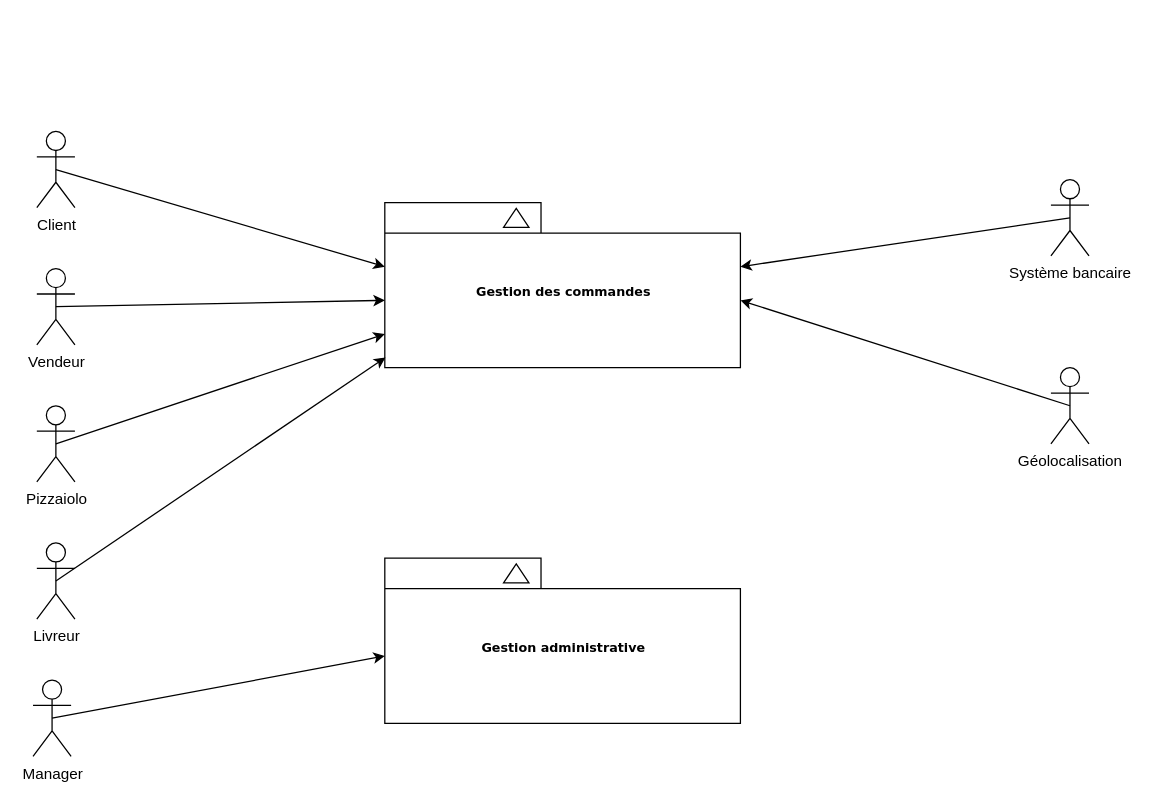
Earlier version of the draw.io diagram P4 Diagramme de package.drawio (othman3492/p4uml). Source tidied: cells renumbered, new cells numbered last; positions are measured from the earlier drawing's top-left corner, leaving out a move shared by most shapes. Both pictures are drawn from the tidied source at 127%, with x=0, y=0 at pixel (32, 131).
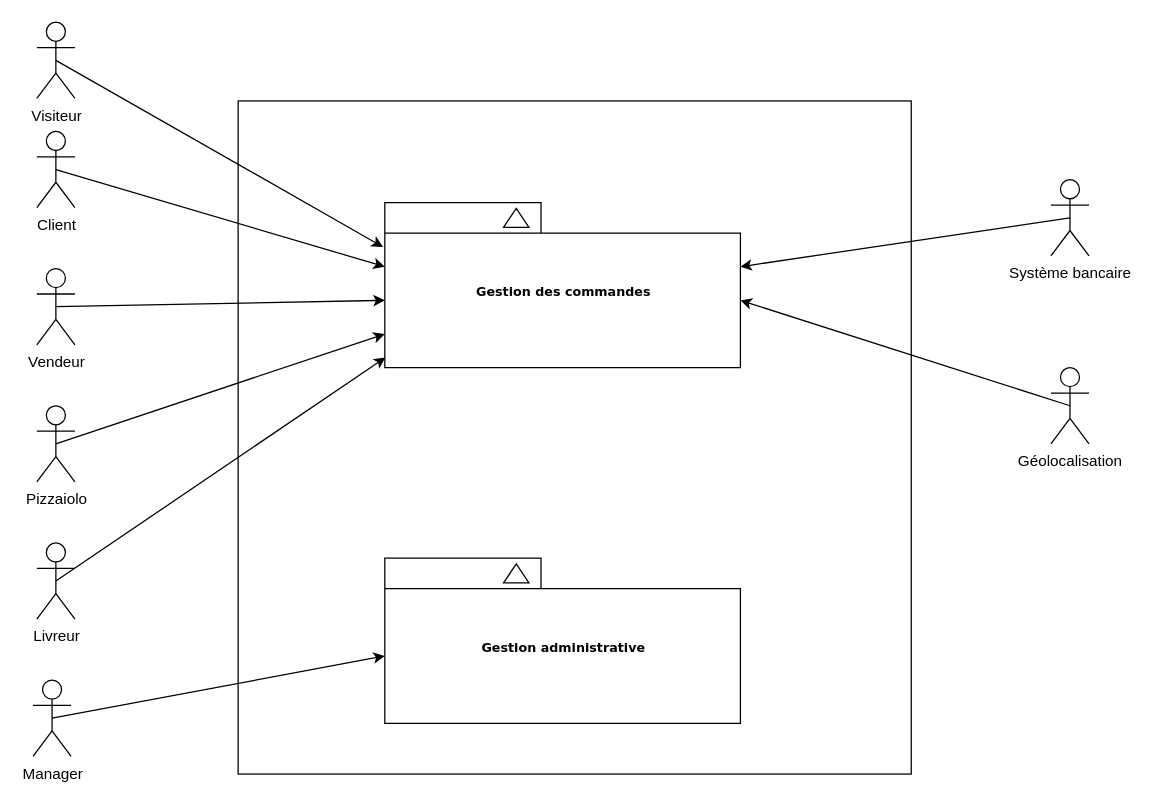
Above is the later version.

Unchanged cells that the change refers to:
```xml
<mxCell id="3" value="Gestion des commandes" style="shape=folder;fontStyle=1;spacingTop=10;tabWidth=123;tabHeight=24;tabPosition=left;html=1;rounded=0;shadow=0;comic=0;labelBackgroundColor=none;strokeColor=#000000;strokeWidth=1;fillColor=#ffffff;fontFamily=Verdana;fontSize=10;fontColor=#000000;align=center;" parent="2" vertex="1">
  <mxGeometry width="280" height="130" as="geometry" />
</mxCell>
```

Diff of the diagram source:
```diff
@@
     <mxCell id="2" style="group;" parent="1" vertex="1">
-      <mxGeometry x="277.5" y="56" width="280" height="130" as="geometry" />
+      <mxGeometry x="277.5" y="56" width="414.5" height="450" as="geometry" />
     </mxCell>
@@
+    <mxCell id="25" style="whiteSpace=wrap;html=1;shadow=0;fillOpacity=0;" parent="2" vertex="1">
+      <mxGeometry x="-115.5" y="-80" width="530" height="530" as="geometry" />
+    </mxCell>
@@
+    <mxCell id="26" value="Visiteur" style="shape=umlActor;verticalLabelPosition=bottom;labelBackgroundColor=#ffffff;verticalAlign=top;html=1;outlineConnect=0;shadow=0;" parent="1" vertex="1">
+      <mxGeometry x="3.5" y="-86" width="30" height="60" as="geometry" />
+    </mxCell>
+    <mxCell id="27" style="endArrow=classic;html=1;exitX=0.5;exitY=0.5;exitDx=0;exitDy=0;exitPerimeter=0;entryX=-0.005;entryY=0.269;entryDx=0;entryDy=0;entryPerimeter=0;" parent="1" edge="1" source="26" target="3">
+      <mxGeometry relative="1" as="geometry" />
+    </mxCell>
```
